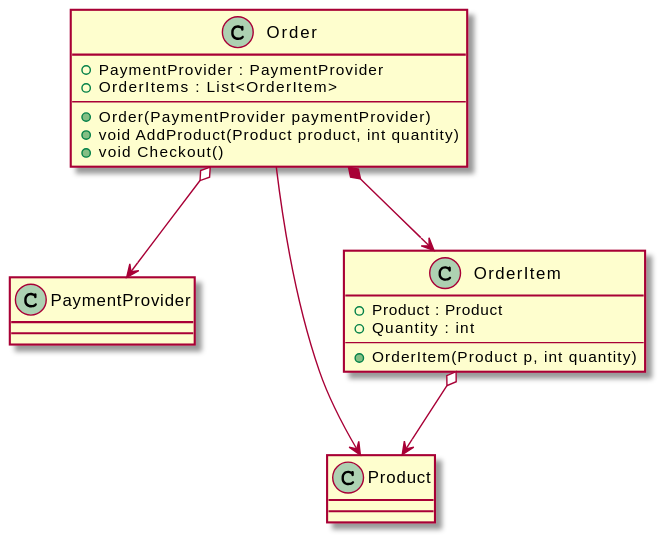
This is 01 Types/assoziationen.svg from schletz/Pos3xhif, a PlantUML export, as it was before one commit. Source of this version:
```plantuml
@startuml
class PaymentProvider
{

}
class Product
{
}
class OrderItem
{
    +Product : Product
    +Quantity : int
    ---
    +OrderItem(Product p, int quantity)
}
OrderItem o--> Product

class Order
{
    +PaymentProvider : PaymentProvider
    +OrderItems : List<OrderItem>
    ---
    +Order(PaymentProvider paymentProvider)
    +void AddProduct(Product product, int quantity)
    +void Checkout()
}
Order --> Product
Order o--> PaymentProvider
Order *--> OrderItem
@enduml
```
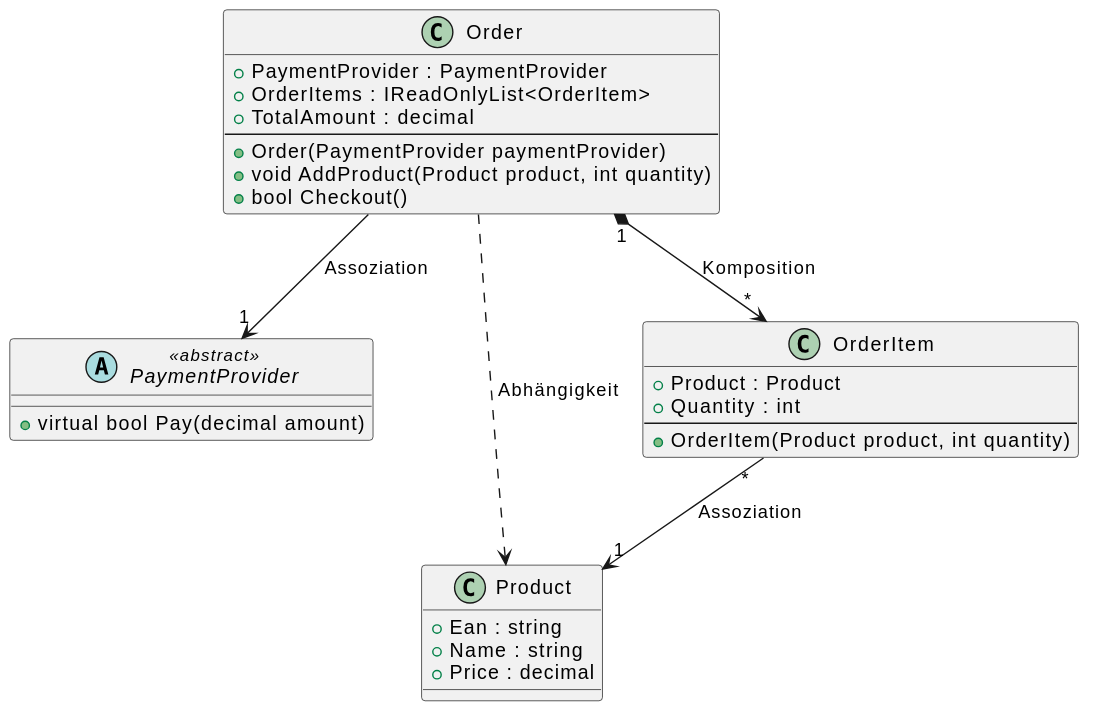
The same diagram one commit later.

What changed in the source:
```diff
@@ -1,30 +1,37 @@
 @startuml
-class PaymentProvider
+abstract class PaymentProvider <<abstract>>
 {
+    +virtual bool Pay(decimal amount)
+}
 
-}
 class Product
 {
+    +Ean : string
+    +Name : string
+    +Price : decimal
 }
+
 class OrderItem
 {
     +Product : Product
     +Quantity : int
     ---
-    +OrderItem(Product p, int quantity)
+    +OrderItem(Product product, int quantity)
 }
-OrderItem o--> Product
 
 class Order
 {
     +PaymentProvider : PaymentProvider
-    +OrderItems : List<OrderItem>
+    +OrderItems : IReadOnlyList<OrderItem>
+    +TotalAmount : decimal
     ---
     +Order(PaymentProvider paymentProvider)
     +void AddProduct(Product product, int quantity)
-    +void Checkout()
+    +bool Checkout()
 }
-Order --> Product
-Order o--> PaymentProvider
-Order *--> OrderItem
+
+Order "1" *--> "*" OrderItem : Komposition
+Order --> "1" PaymentProvider : Assoziation
+OrderItem "*" --> "1" Product : Assoziation
+Order ..> Product : Abhängigkeit
 @enduml
```
